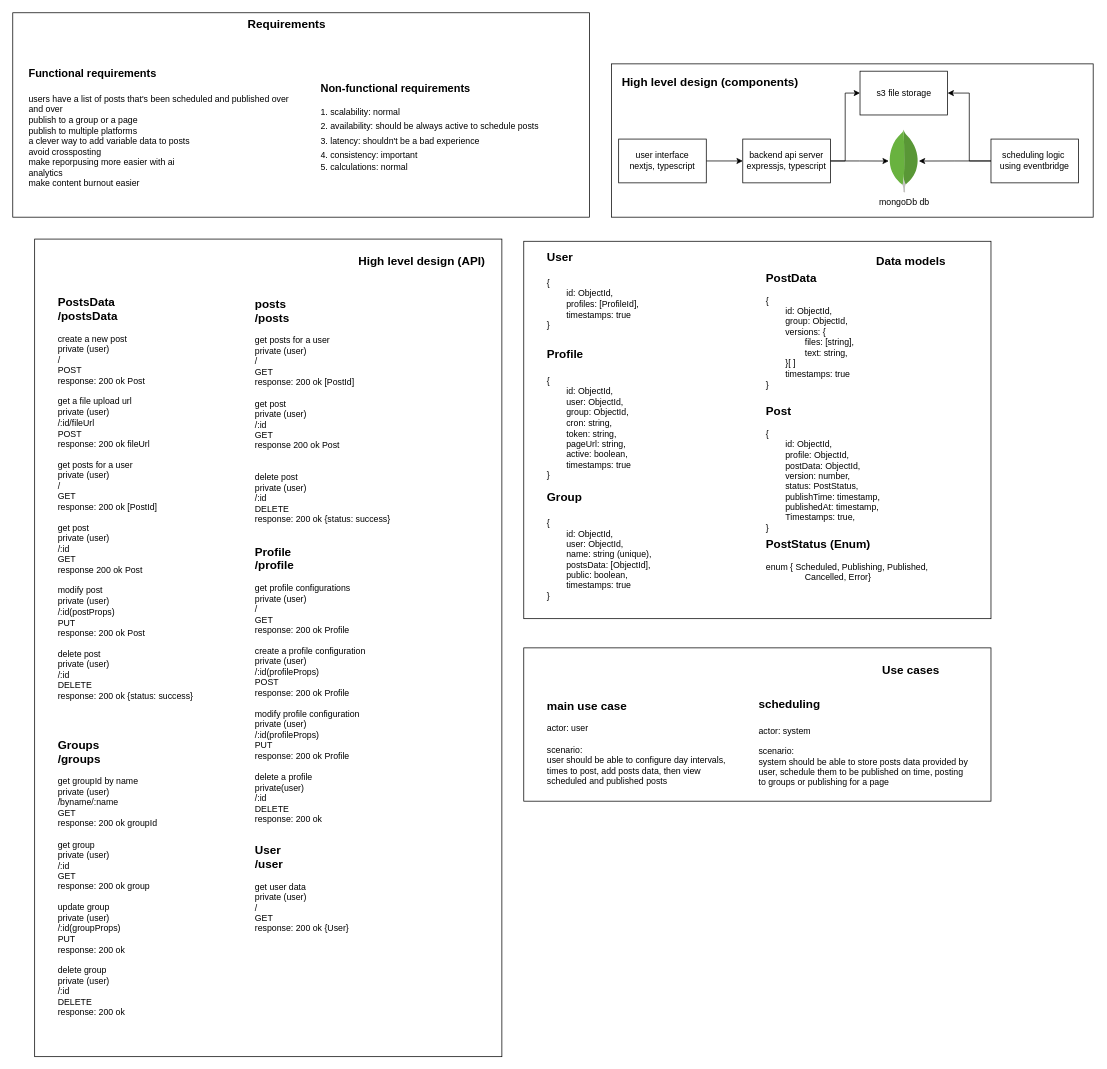
This is page "high-level" (1 of 5) of auto-post.drawio from ahmed-elbehairy7/pamylka-system-design, a draw.io file, before an edit. Source tidied: cells renumbered, new cells numbered last; positions are measured from the earlier drawing's top-left corner, leaving out a move shared by most shapes. Both pictures are drawn from the tidied source at 73%, with x=0, y=0 at pixel (12, 12).
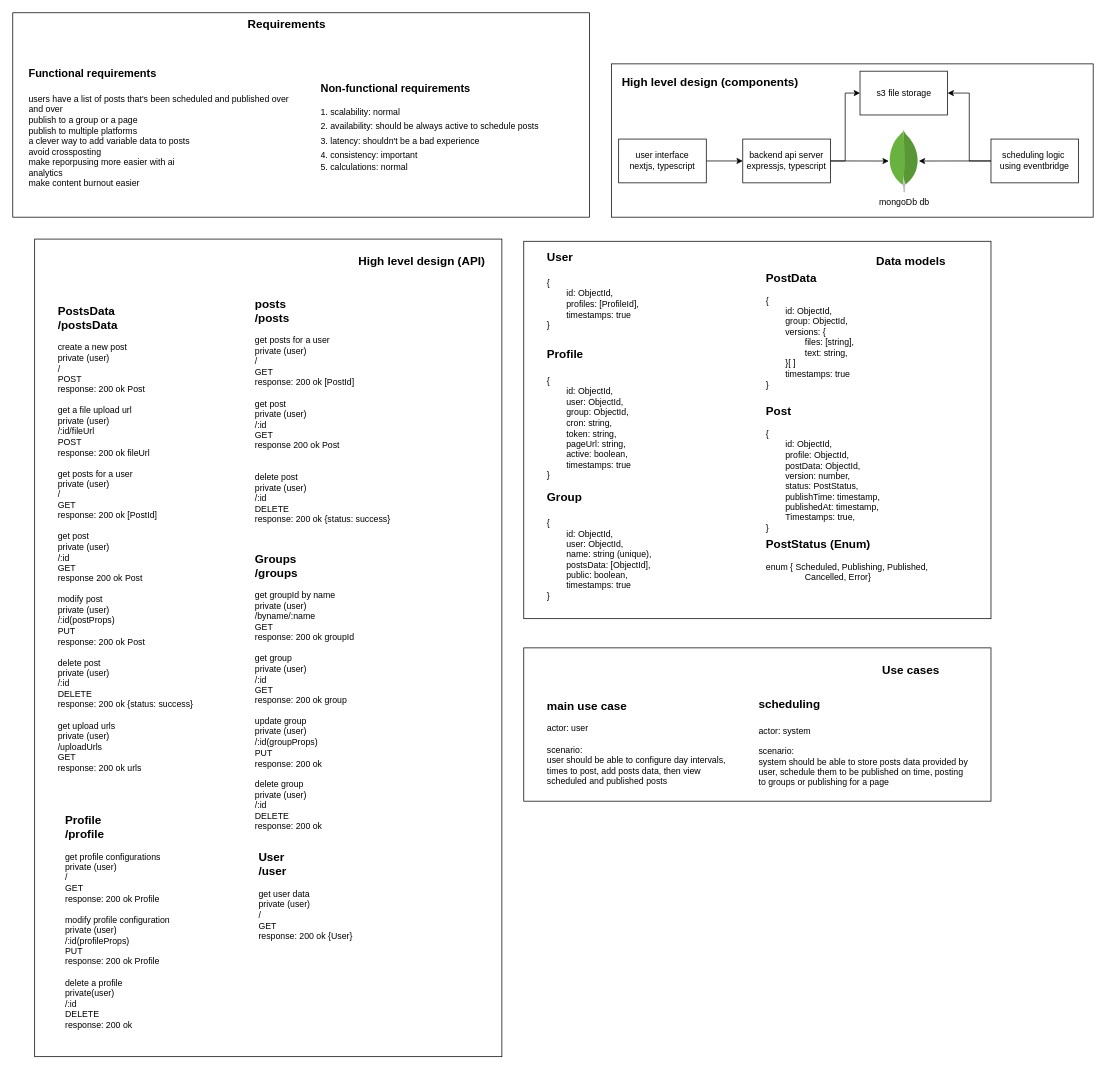
After the change.

Commit message (it also covers changes not shown here):
added auto-post postdata/uploadUrls

Unchanged cells that the change refers to:
```xml
<mxCell id="15" style="group;" parent="1" vertex="1">
  <mxGeometry x="30" y="310" width="640" height="1120" as="geometry" />
</mxCell>
```

What changed in the source:
```diff
@@
-    <mxCell id="17" value="&lt;div&gt;&lt;span style=&quot;font-size: 16px;&quot;&gt;&lt;b&gt;PostsData&lt;/b&gt;&lt;/span&gt;&lt;/div&gt;&lt;font style=&quot;font-size: 16px;&quot;&gt;&lt;b&gt;/postsData&lt;/b&gt;&lt;/font&gt;&lt;div&gt;&lt;br&gt;&lt;/div&gt;&lt;div&gt;create a new post&lt;/div&gt;&lt;div&gt;private (user)&lt;/div&gt;&lt;div&gt;/&lt;/div&gt;&lt;div&gt;POST&lt;/div&gt;&lt;div&gt;response: 200 ok Post&lt;/div&gt;&lt;div&gt;&lt;br&gt;&lt;/div&gt;&lt;div&gt;get a file upload url&lt;/div&gt;&lt;div&gt;private (user)&lt;/div&gt;&lt;div&gt;/:id/fileUrl&lt;/div&gt;&lt;div&gt;POST&lt;/div&gt;&lt;div&gt;response: 200 ok fileUrl&lt;/div&gt;&lt;div&gt;&lt;br&gt;&lt;/div&gt;&lt;div&gt;&lt;span style=&quot;background-color: transparent; color: light-dark(rgb(0, 0, 0), rgb(255, 255, 255));&quot;&gt;get posts for a user&lt;/span&gt;&lt;/div&gt;&lt;div&gt;&lt;span style=&quot;background-color: transparent; color: light-dark(rgb(0, 0, 0), rgb(255, 255, 255));&quot;&gt;private (user)&lt;/span&gt;&lt;/div&gt;&lt;div&gt;/&lt;/div&gt;&lt;div&gt;GET&lt;/div&gt;&lt;div&gt;response: 200 ok [PostId]&lt;/div&gt;&lt;div&gt;&lt;br&gt;&lt;/div&gt;&lt;div&gt;get post&lt;/div&gt;&lt;div&gt;private (user)&lt;/div&gt;&lt;div&gt;/:id&lt;/div&gt;&lt;div&gt;GET&lt;/div&gt;&lt;div&gt;response 200 ok Post&lt;/div&gt;&lt;div&gt;&lt;br&gt;&lt;/div&gt;&lt;div&gt;modify post&lt;/div&gt;&lt;div&gt;private (user)&lt;/div&gt;&lt;div&gt;/:id(postProps)&lt;/div&gt;&lt;div&gt;PUT&lt;/div&gt;&lt;div&gt;response: 200 ok Post&lt;/div&gt;&lt;div&gt;&lt;br&gt;&lt;/div&gt;&lt;div&gt;delete post&lt;/div&gt;&lt;div&gt;private (user)&lt;/div&gt;&lt;div&gt;/:id&lt;/div&gt;&lt;div&gt;DELETE&lt;/div&gt;&lt;div&gt;response: 200 ok {status: success}&lt;/div&gt;" style="text;html=1;align=left;verticalAlign=middle;strokeColor=none;fillColor=none;" parent="15" vertex="1">
-      <mxGeometry x="30" y="70" width="210" height="570" as="geometry" />
+    <mxCell id="17" value="&lt;div&gt;&lt;span style=&quot;font-size: 16px;&quot;&gt;&lt;b&gt;PostsData&lt;/b&gt;&lt;/span&gt;&lt;/div&gt;&lt;font style=&quot;font-size: 16px;&quot;&gt;&lt;b&gt;/postsData&lt;/b&gt;&lt;/font&gt;&lt;div&gt;&lt;br&gt;&lt;/div&gt;&lt;div&gt;create a new post&lt;/div&gt;&lt;div&gt;private (user)&lt;/div&gt;&lt;div&gt;/&lt;/div&gt;&lt;div&gt;POST&lt;/div&gt;&lt;div&gt;response: 200 ok Post&lt;/div&gt;&lt;div&gt;&lt;br&gt;&lt;/div&gt;&lt;div&gt;get a file upload url&lt;/div&gt;&lt;div&gt;private (user)&lt;/div&gt;&lt;div&gt;/:id/fileUrl&lt;/div&gt;&lt;div&gt;POST&lt;/div&gt;&lt;div&gt;response: 200 ok fileUrl&lt;/div&gt;&lt;div&gt;&lt;br&gt;&lt;/div&gt;&lt;div&gt;&lt;span style=&quot;background-color: transparent; color: light-dark(rgb(0, 0, 0), rgb(255, 255, 255));&quot;&gt;get posts for a user&lt;/span&gt;&lt;/div&gt;&lt;div&gt;&lt;span style=&quot;background-color: transparent; color: light-dark(rgb(0, 0, 0), rgb(255, 255, 255));&quot;&gt;private (user)&lt;/span&gt;&lt;/div&gt;&lt;div&gt;/&lt;/div&gt;&lt;div&gt;GET&lt;/div&gt;&lt;div&gt;response: 200 ok [PostId]&lt;/div&gt;&lt;div&gt;&lt;br&gt;&lt;/div&gt;&lt;div&gt;get post&lt;/div&gt;&lt;div&gt;private (user)&lt;/div&gt;&lt;div&gt;/:id&lt;/div&gt;&lt;div&gt;GET&lt;/div&gt;&lt;div&gt;response 200 ok Post&lt;/div&gt;&lt;div&gt;&lt;br&gt;&lt;/div&gt;&lt;div&gt;modify post&lt;/div&gt;&lt;div&gt;private (user)&lt;/div&gt;&lt;div&gt;/:id(postProps)&lt;/div&gt;&lt;div&gt;PUT&lt;/div&gt;&lt;div&gt;response: 200 ok Post&lt;/div&gt;&lt;div&gt;&lt;br&gt;&lt;/div&gt;&lt;div&gt;delete post&lt;/div&gt;&lt;div&gt;private (user)&lt;/div&gt;&lt;div&gt;/:id&lt;/div&gt;&lt;div&gt;DELETE&lt;/div&gt;&lt;div&gt;response: 200 ok {status: success}&lt;/div&gt;&lt;div&gt;&lt;br&gt;&lt;/div&gt;&lt;div&gt;get upload urls&lt;/div&gt;&lt;div&gt;private (user)&lt;/div&gt;&lt;div&gt;/uploadUrls&lt;/div&gt;&lt;div&gt;GET&lt;/div&gt;&lt;div&gt;response: 200 ok urls&lt;/div&gt;" style="text;html=1;align=left;verticalAlign=middle;strokeColor=none;fillColor=none;" parent="15" vertex="1">
+      <mxGeometry x="30" y="80" width="210" height="660" as="geometry" />
     </mxCell>
@@
-    <mxCell id="19" value="&lt;div&gt;&lt;span style=&quot;font-size: 16px;&quot;&gt;&lt;b&gt;Profile&lt;/b&gt;&lt;/span&gt;&lt;/div&gt;&lt;div&gt;&lt;b style=&quot;font-size: 16px; background-color: transparent; color: light-dark(rgb(0, 0, 0), rgb(255, 255, 255));&quot;&gt;/profile&lt;/b&gt;&lt;/div&gt;&lt;div&gt;&lt;br&gt;&lt;/div&gt;&lt;div&gt;get profile configurations&lt;/div&gt;&lt;div&gt;&lt;span style=&quot;background-color: transparent; color: light-dark(rgb(0, 0, 0), rgb(255, 255, 255));&quot;&gt;private (user)&lt;/span&gt;&lt;/div&gt;&lt;div&gt;/&lt;/div&gt;&lt;div&gt;GET&lt;/div&gt;&lt;div&gt;response: 200 ok Profile&lt;/div&gt;&lt;div&gt;&lt;br&gt;&lt;/div&gt;&lt;div&gt;create a profile configuration&lt;/div&gt;&lt;div&gt;private (user)&lt;/div&gt;&lt;div&gt;/:id(profileProps)&lt;/div&gt;&lt;div&gt;POST&lt;/div&gt;&lt;div&gt;response: 200 ok Profile&lt;/div&gt;&lt;div&gt;&lt;br&gt;&lt;/div&gt;&lt;div&gt;&lt;div&gt;modify profile configuration&lt;/div&gt;&lt;div&gt;private (user)&lt;/div&gt;&lt;div&gt;/:id(profileProps)&lt;/div&gt;&lt;div&gt;PUT&lt;/div&gt;&lt;div&gt;response: 200 ok Profile&lt;/div&gt;&lt;div&gt;&lt;br&gt;&lt;/div&gt;&lt;div&gt;delete a profile&lt;/div&gt;&lt;div&gt;private(user)&lt;/div&gt;&lt;div&gt;/:id&lt;/div&gt;&lt;div&gt;DELETE&lt;/div&gt;&lt;div&gt;response: 200 ok&lt;/div&gt;&lt;/div&gt;" style="text;html=1;align=left;verticalAlign=middle;strokeColor=none;fillColor=none;" parent="15" vertex="1">
-      <mxGeometry x="300" y="410" width="170" height="400" as="geometry" />
+    <mxCell id="19" value="&lt;div&gt;&lt;span style=&quot;font-size: 16px;&quot;&gt;&lt;b&gt;Profile&lt;/b&gt;&lt;/span&gt;&lt;/div&gt;&lt;div&gt;&lt;b style=&quot;font-size: 16px; background-color: transparent; color: light-dark(rgb(0, 0, 0), rgb(255, 255, 255));&quot;&gt;/profile&lt;/b&gt;&lt;/div&gt;&lt;div&gt;&lt;br&gt;&lt;/div&gt;&lt;div&gt;get profile configurations&lt;/div&gt;&lt;div&gt;&lt;span style=&quot;background-color: transparent; color: light-dark(rgb(0, 0, 0), rgb(255, 255, 255));&quot;&gt;private (user)&lt;/span&gt;&lt;/div&gt;&lt;div&gt;/&lt;/div&gt;&lt;div&gt;GET&lt;/div&gt;&lt;div&gt;response: 200 ok Profile&lt;/div&gt;&lt;div&gt;&lt;br&gt;&lt;/div&gt;&lt;div&gt;&lt;div&gt;modify profile configuration&lt;/div&gt;&lt;div&gt;private (user)&lt;/div&gt;&lt;div&gt;/:id(profileProps)&lt;/div&gt;&lt;div&gt;PUT&lt;/div&gt;&lt;div&gt;response: 200 ok Profile&lt;/div&gt;&lt;div&gt;&lt;br&gt;&lt;/div&gt;&lt;div&gt;delete a profile&lt;/div&gt;&lt;div&gt;private(user)&lt;/div&gt;&lt;div&gt;/:id&lt;/div&gt;&lt;div&gt;DELETE&lt;/div&gt;&lt;div&gt;response: 200 ok&lt;/div&gt;&lt;/div&gt;" style="text;html=1;align=left;verticalAlign=middle;strokeColor=none;fillColor=none;" parent="15" vertex="1">
+      <mxGeometry x="40" y="780" width="170" height="310" as="geometry" />
     </mxCell>
     <mxCell id="20" value="&lt;div&gt;&lt;b style=&quot;background-color: transparent; color: light-dark(rgb(0, 0, 0), rgb(255, 255, 255)); font-size: 16px;&quot;&gt;User&lt;/b&gt;&lt;/div&gt;&lt;div&gt;&lt;b style=&quot;background-color: transparent; color: light-dark(rgb(0, 0, 0), rgb(255, 255, 255)); font-size: 16px;&quot;&gt;/user&lt;/b&gt;&lt;/div&gt;&lt;div&gt;&lt;br&gt;&lt;/div&gt;&lt;div&gt;get user data&lt;/div&gt;&lt;div&gt;&lt;span style=&quot;background-color: transparent; color: light-dark(rgb(0, 0, 0), rgb(255, 255, 255));&quot;&gt;private (user)&lt;/span&gt;&lt;/div&gt;&lt;div&gt;/&lt;/div&gt;&lt;div&gt;GET&lt;/div&gt;&lt;div&gt;response: 200 ok {User}&lt;/div&gt;" style="text;html=1;align=left;verticalAlign=middle;strokeColor=none;fillColor=none;" parent="15" vertex="1">
-      <mxGeometry x="300" y="820" width="150" height="140" as="geometry" />
+      <mxGeometry x="305" y="830" width="150" height="140" as="geometry" />
     </mxCell>
@@
     <mxCell id="22" value="&lt;div&gt;&lt;span style=&quot;font-size: 16px;&quot;&gt;&lt;b&gt;Groups&lt;/b&gt;&lt;/span&gt;&lt;/div&gt;&lt;div&gt;&lt;b style=&quot;background-color: transparent; color: light-dark(rgb(0, 0, 0), rgb(255, 255, 255)); font-size: 16px;&quot;&gt;/groups&lt;/b&gt;&lt;/div&gt;&lt;div&gt;&lt;br&gt;&lt;/div&gt;&lt;div&gt;&lt;span style=&quot;background-color: transparent; color: light-dark(rgb(0, 0, 0), rgb(255, 255, 255));&quot;&gt;get groupId by name&lt;/span&gt;&lt;/div&gt;&lt;div&gt;&lt;span style=&quot;background-color: transparent; color: light-dark(rgb(0, 0, 0), rgb(255, 255, 255));&quot;&gt;private (user)&lt;/span&gt;&lt;/div&gt;&lt;div&gt;/byname/:name&lt;/div&gt;&lt;div&gt;GET&lt;/div&gt;&lt;div&gt;response: 200 ok groupId&lt;/div&gt;&lt;div&gt;&lt;br&gt;&lt;/div&gt;&lt;div&gt;&lt;div&gt;&lt;span style=&quot;background-color: transparent; color: light-dark(rgb(0, 0, 0), rgb(255, 255, 255));&quot;&gt;get group&lt;/span&gt;&lt;/div&gt;&lt;div&gt;&lt;span style=&quot;background-color: transparent; color: light-dark(rgb(0, 0, 0), rgb(255, 255, 255));&quot;&gt;private (user)&lt;/span&gt;&lt;/div&gt;&lt;div&gt;/:id&lt;/div&gt;&lt;div&gt;GET&lt;/div&gt;&lt;div&gt;response: 200 ok group&lt;/div&gt;&lt;div&gt;&lt;br&gt;&lt;/div&gt;&lt;/div&gt;&lt;div&gt;update group&lt;/div&gt;&lt;div&gt;private (user)&lt;/div&gt;&lt;div&gt;/:id(groupProps)&lt;/div&gt;&lt;div&gt;PUT&lt;/div&gt;&lt;div&gt;response: 200 ok&lt;/div&gt;&lt;div&gt;&lt;br&gt;&lt;/div&gt;&lt;div&gt;delete group&lt;/div&gt;&lt;div&gt;private (user)&lt;/div&gt;&lt;div&gt;/:id&lt;/div&gt;&lt;div&gt;DELETE&lt;/div&gt;&lt;div&gt;response: 200 ok&lt;/div&gt;" style="text;html=1;align=left;verticalAlign=middle;strokeColor=none;fillColor=none;" parent="15" vertex="1">
-      <mxGeometry x="30" y="675" width="160" height="400" as="geometry" />
+      <mxGeometry x="300" y="420" width="160" height="400" as="geometry" />
     </mxCell>
```
